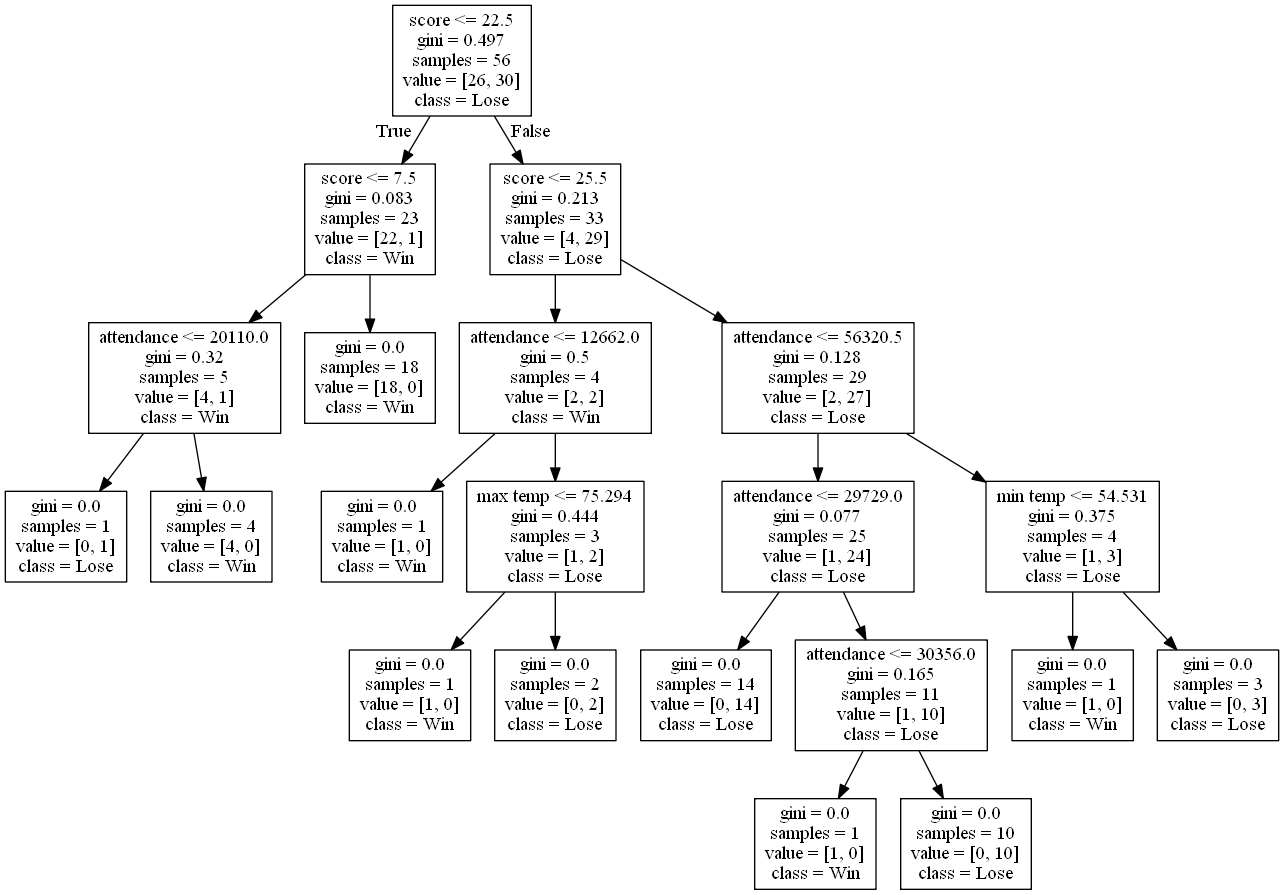
This is DecisionTrees/decision_tree_with_score13.png from alexana-steck/CSE482Project, a Graphviz export, as it was before one commit. Its source is kept beside it as DecisionTrees/decision_tree_with_score13.dot.
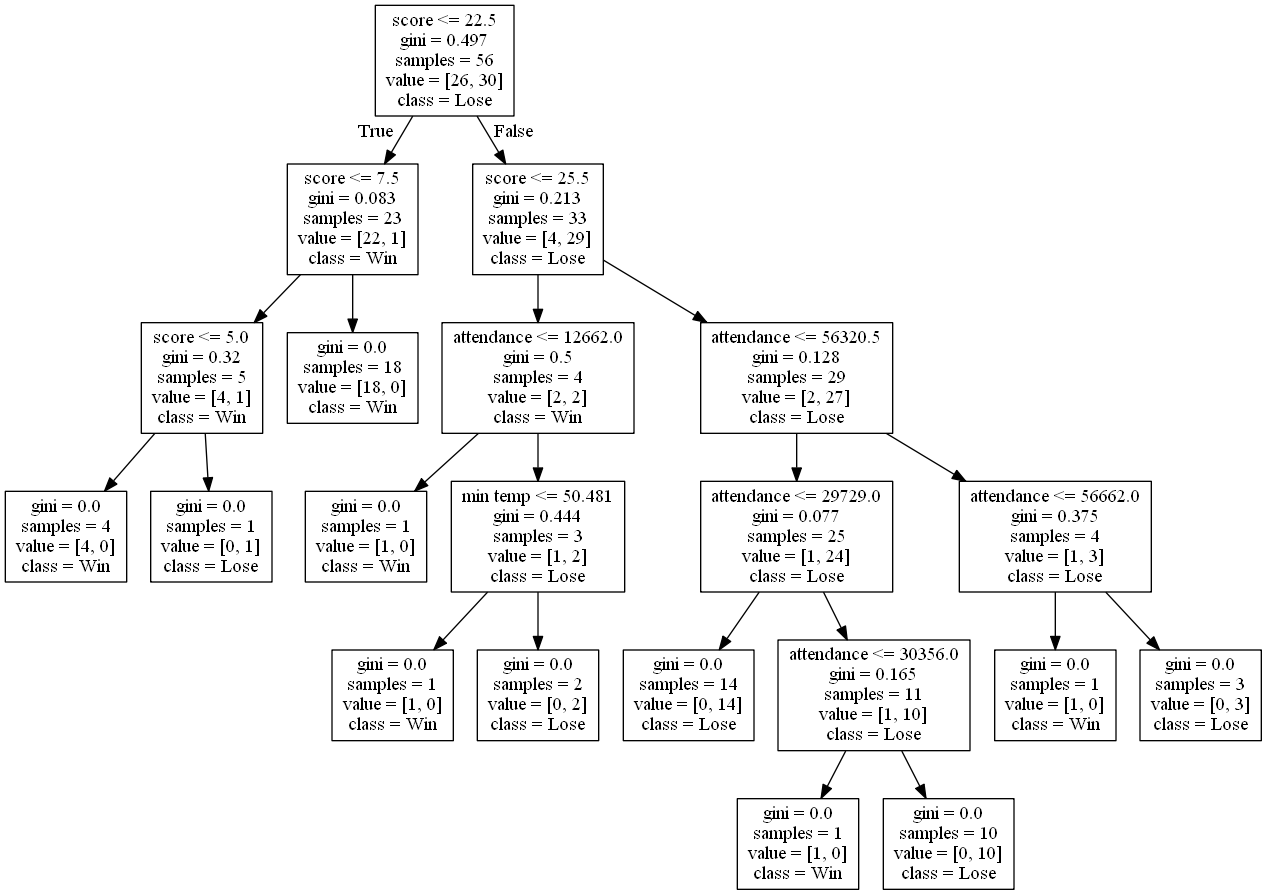
The same diagram one commit later.

The edit, as a diff of the source:
```diff
@@ -3,11 +3,11 @@
 0 [label="score <= 22.5\ngini = 0.497\nsamples = 56\nvalue = [26, 30]\nclass = Lose"] ;
 1 [label="score <= 7.5\ngini = 0.083\nsamples = 23\nvalue = [22, 1]\nclass = Win"] ;
 0 -> 1 [labeldistance=2.5, labelangle=45, headlabel="True"] ;
-2 [label="attendance <= 20110.0\ngini = 0.32\nsamples = 5\nvalue = [4, 1]\nclass = Win"] ;
+2 [label="score <= 5.0\ngini = 0.32\nsamples = 5\nvalue = [4, 1]\nclass = Win"] ;
 1 -> 2 ;
-3 [label="gini = 0.0\nsamples = 1\nvalue = [0, 1]\nclass = Lose"] ;
+3 [label="gini = 0.0\nsamples = 4\nvalue = [4, 0]\nclass = Win"] ;
 2 -> 3 ;
-4 [label="gini = 0.0\nsamples = 4\nvalue = [4, 0]\nclass = Win"] ;
+4 [label="gini = 0.0\nsamples = 1\nvalue = [0, 1]\nclass = Lose"] ;
 2 -> 4 ;
 5 [label="gini = 0.0\nsamples = 18\nvalue = [18, 0]\nclass = Win"] ;
 1 -> 5 ;
@@ -17,7 +17,7 @@
 6 -> 7 ;
 8 [label="gini = 0.0\nsamples = 1\nvalue = [1, 0]\nclass = Win"] ;
 7 -> 8 ;
-9 [label="max temp <= 75.294\ngini = 0.444\nsamples = 3\nvalue = [1, 2]\nclass = Lose"] ;
+9 [label="min temp <= 50.481\ngini = 0.444\nsamples = 3\nvalue = [1, 2]\nclass = Lose"] ;
 7 -> 9 ;
 10 [label="gini = 0.0\nsamples = 1\nvalue = [1, 0]\nclass = Win"] ;
 9 -> 10 ;
@@ -35,7 +35,7 @@
 15 -> 16 ;
 17 [label="gini = 0.0\nsamples = 10\nvalue = [0, 10]\nclass = Lose"] ;
 15 -> 17 ;
-18 [label="min temp <= 54.531\ngini = 0.375\nsamples = 4\nvalue = [1, 3]\nclass = Lose"] ;
+18 [label="attendance <= 56662.0\ngini = 0.375\nsamples = 4\nvalue = [1, 3]\nclass = Lose"] ;
 12 -> 18 ;
 19 [label="gini = 0.0\nsamples = 1\nvalue = [1, 0]\nclass = Win"] ;
 18 -> 19 ;
```
